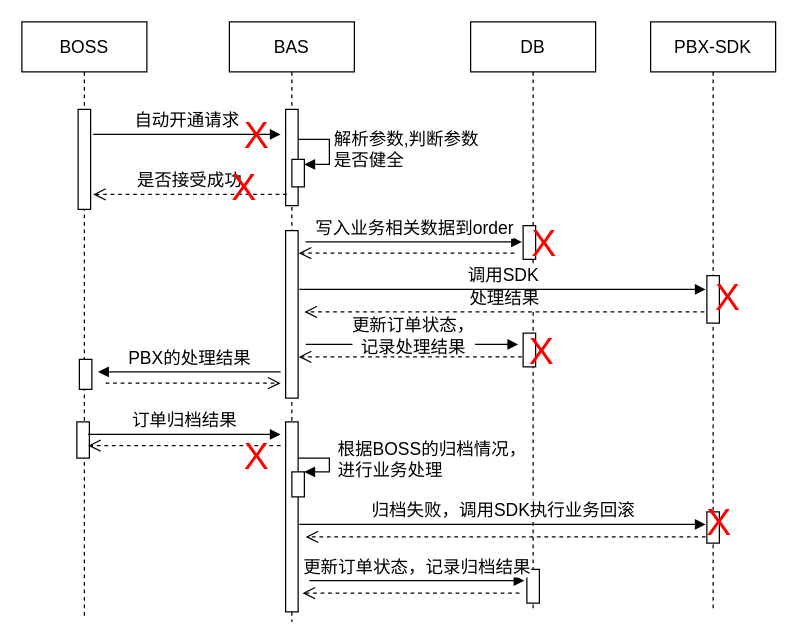
Earlier version of the draw.io diagram page "sequence-Error" (3 of 4) of BAS/BAS-Henan.drawio (waterwatermelon/graph). Source tidied: cells renumbered, new cells numbered last; positions are measured from the earlier drawing's top-left corner, leaving out a move shared by most shapes. Both pictures are drawn from the tidied source at 125%, with x=0, y=0 at pixel (21, 21).
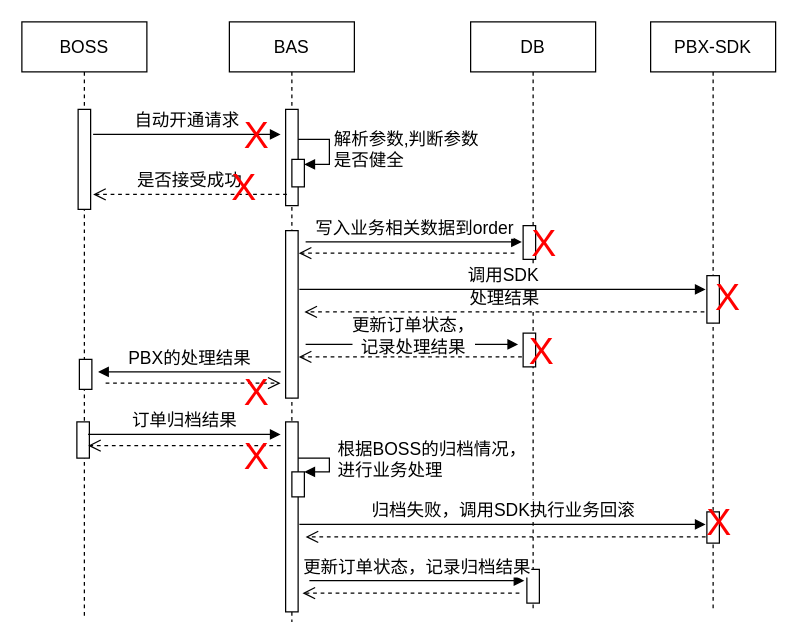
After the change.

Diff of the diagram source:
```diff
@@
+    <mxCell id="45" value="&lt;font style=&quot;font-size: 30px&quot; color=&quot;#ff0000&quot;&gt;X&lt;/font&gt;" style="text;html=1;align=left;verticalAlign=top;spacingTop=-4;" parent="1" vertex="1">
+      <mxGeometry x="176" y="276" width="40" height="20" as="geometry" />
+    </mxCell>
```
